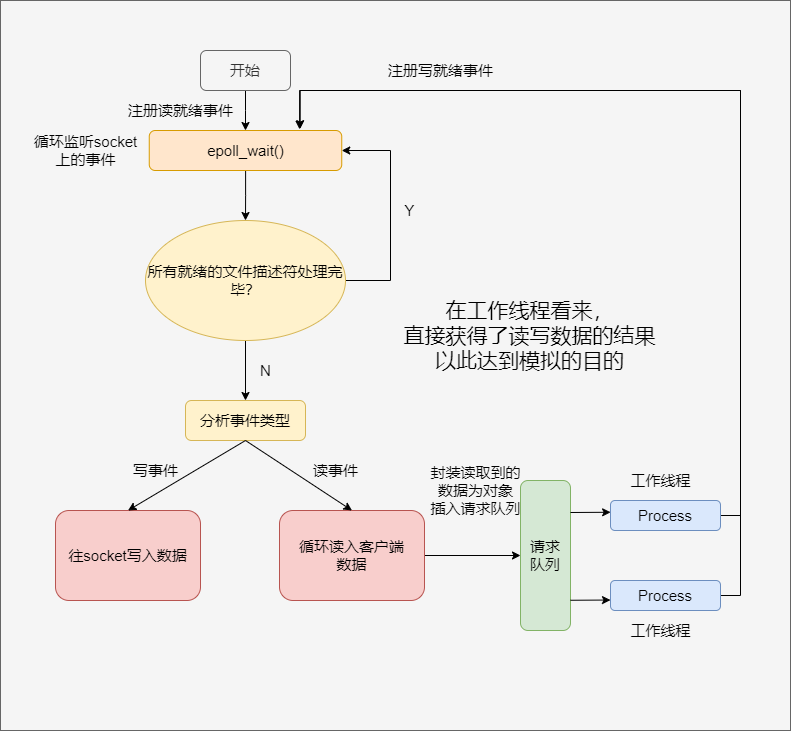
mo-xiaoxiu/imagefrommyblog keeps this draw.io diagram as data/同步IO模拟Proactor.drawio.png. Above is the earlier version. Source tidied: cells renumbered, new cells last; positions are measured from the earlier drawing's top-left corner, leaving out a move shared by most shapes.
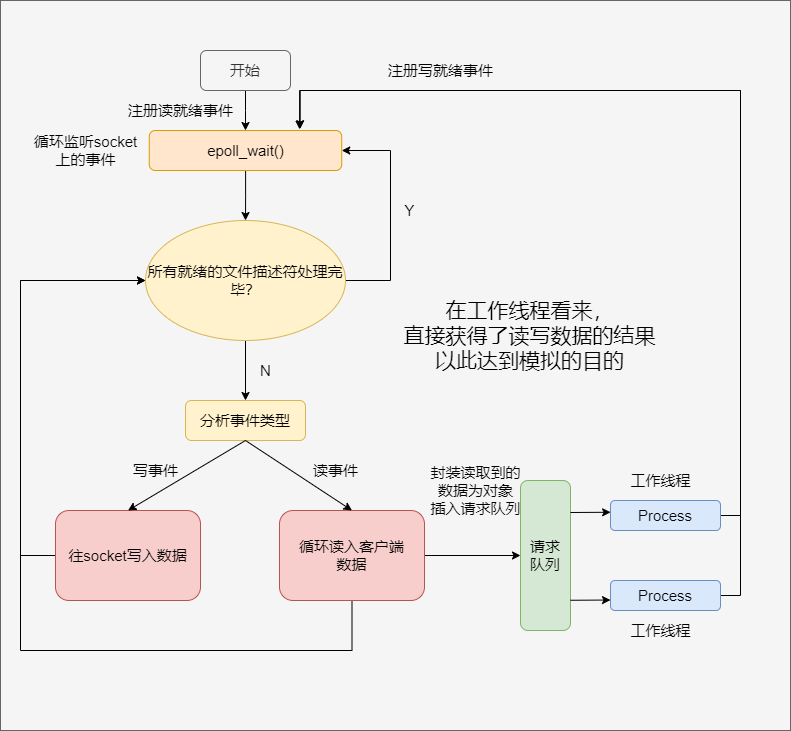
After the commit.

What changed in the source:
```diff
@@ -51,6 +51,14 @@
     <mxCell id="14" value="注册读就绪事件" style="text;html=1;align=center;verticalAlign=middle;strokeColor=none;fillColor=none;fontSize=15;" parent="1" vertex="1">
       <mxGeometry x="120" y="100" width="120" height="20" as="geometry" />
     </mxCell>
+    <mxCell id="34" style="edgeStyle=orthogonalEdgeStyle;rounded=0;jettySize=auto;html=1;entryX=0;entryY=0.5;entryDx=0;entryDy=0;" parent="1" edge="1" source="15" target="9">
+      <mxGeometry relative="1" as="geometry">
+        <Array as="points">
+          <mxPoint x="20" y="555" />
+          <mxPoint x="20" y="280" />
+        </Array>
+      </mxGeometry>
+    </mxCell>
     <mxCell id="15" value="往socket写入数据" style="rounded=1;whiteSpace=wrap;html=1;fontSize=15;fillColor=#f8cecc;strokeColor=#b85450;" parent="1" vertex="1">
       <mxGeometry x="55" y="510" width="145" height="90" as="geometry" />
     </mxCell>
@@ -63,6 +71,15 @@
     <mxCell id="18" style="edgeStyle=orthogonalEdgeStyle;rounded=0;jettySize=auto;html=1;entryX=0;entryY=0.5;entryDx=0;entryDy=0;fontSize=15;" parent="1" edge="1" source="19" target="22">
       <mxGeometry relative="1" as="geometry" />
     </mxCell>
+    <mxCell id="35" style="edgeStyle=orthogonalEdgeStyle;rounded=0;jettySize=auto;html=1;entryX=0;entryY=0.5;entryDx=0;entryDy=0;" parent="1" edge="1" source="19" target="9">
+      <mxGeometry relative="1" as="geometry">
+        <Array as="points">
+          <mxPoint x="352" y="650" />
+          <mxPoint x="20" y="650" />
+          <mxPoint x="20" y="280" />
+        </Array>
+      </mxGeometry>
+    </mxCell>
     <mxCell id="19" value="循环读入客户端&lt;br&gt;数据" style="rounded=1;whiteSpace=wrap;html=1;fontSize=15;fillColor=#f8cecc;strokeColor=#b85450;" parent="1" vertex="1">
       <mxGeometry x="279" y="510" width="145" height="90" as="geometry" />
     </mxCell>
```
